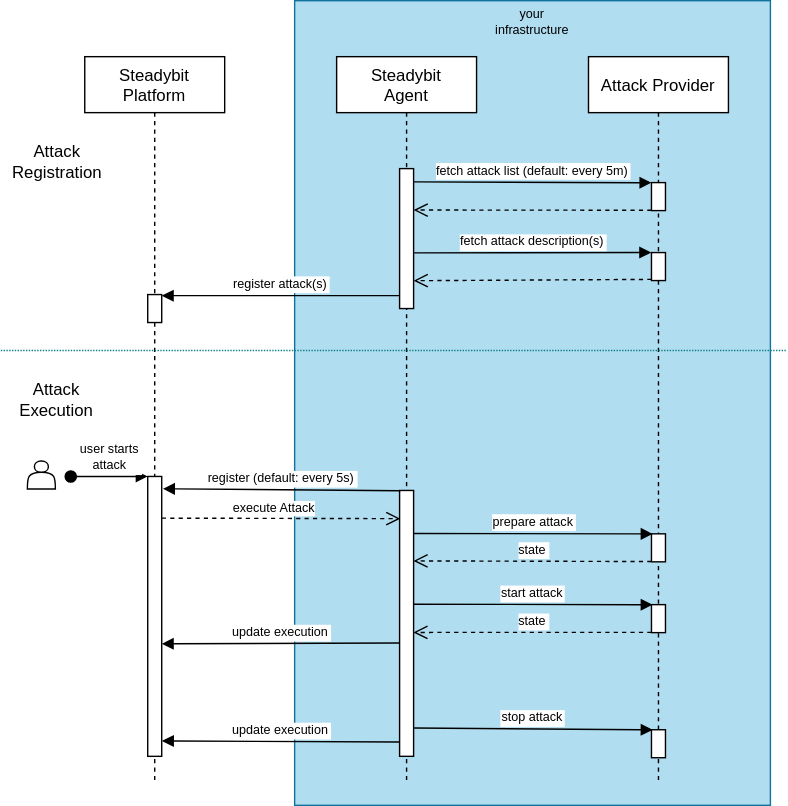
This is docs/attack-flow.svg from steadybit/action-kit, a draw.io export, as it was before one commit. Source tidied: cells renumbered, new cells last; positions are measured from the earlier drawing's top-left corner, leaving out a move shared by most shapes.
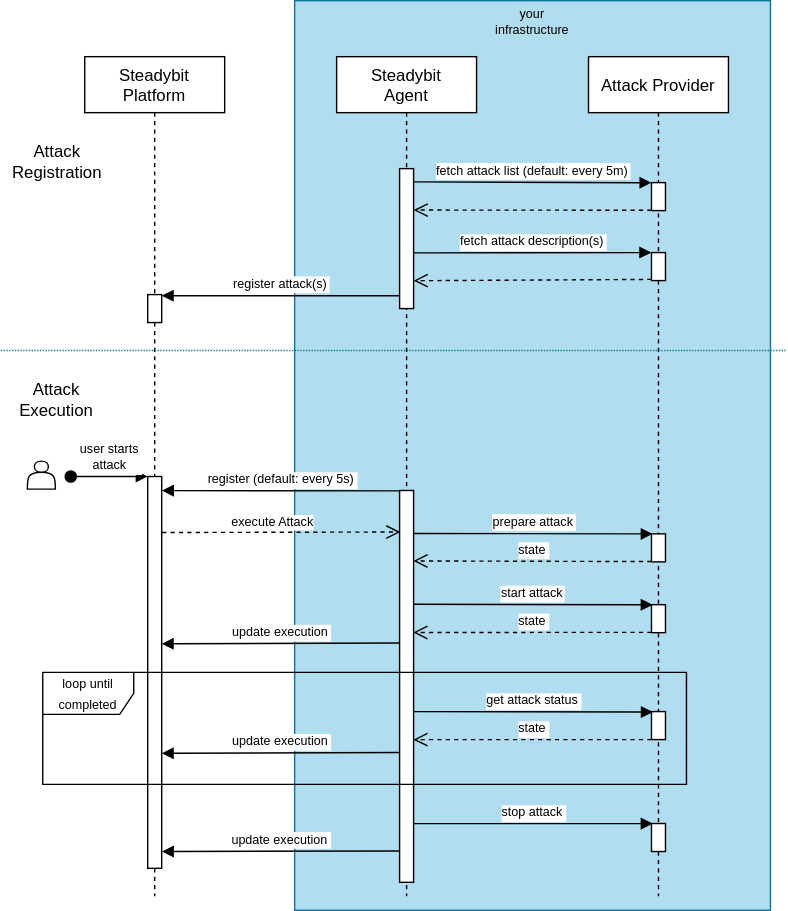
Above is the later version.

Commit message:
docs: update docs to reflect time control changes and new status endpoint

The edit, as a diff of the source:
```diff
@@ -3,13 +3,13 @@
     <mxCell id="0" />
     <mxCell id="1" parent="0" />
     <mxCell id="2" style="whiteSpace=wrap;html=1;labelBackgroundColor=#0000CC;fontSize=9;fillColor=#b1ddf0;strokeColor=#10739e;" parent="1" vertex="1">
-      <mxGeometry x="210" width="340" height="575" as="geometry" />
+      <mxGeometry x="210" width="340" height="650" as="geometry" />
     </mxCell>
     <mxCell id="3" value="Steadybit &#10;Platform" style="shape=umlLifeline;perimeter=lifelinePerimeter;rounded=0;shadow=0;strokeWidth=1;" parent="1" vertex="1">
-      <mxGeometry x="60" y="40" width="100" height="520" as="geometry" />
+      <mxGeometry x="60" y="40" width="100" height="600" as="geometry" />
     </mxCell>
     <mxCell id="4" style="points=[];perimeter=orthogonalPerimeter;rounded=0;shadow=0;strokeWidth=1;" parent="3" vertex="1">
-      <mxGeometry x="45" y="300" width="10" height="200" as="geometry" />
+      <mxGeometry x="45" y="300" width="10" height="280" as="geometry" />
     </mxCell>
     <mxCell id="5" value="user starts&#10;attack" style="verticalAlign=bottom;startArrow=oval;endArrow=block;startSize=8;shadow=0;strokeWidth=1;fontSize=9;" parent="3" edge="1" target="4">
       <mxGeometry relative="1" as="geometry">
@@ -20,19 +20,19 @@
       <mxGeometry x="45" y="170" width="10" height="20" as="geometry" />
     </mxCell>
     <mxCell id="7" value="Steadybit&#10;Agent" style="shape=umlLifeline;perimeter=lifelinePerimeter;rounded=0;shadow=0;strokeWidth=1;" parent="1" vertex="1">
-      <mxGeometry x="240" y="40" width="100" height="520" as="geometry" />
+      <mxGeometry x="240" y="40" width="100" height="600" as="geometry" />
     </mxCell>
     <mxCell id="8" style="points=[];perimeter=orthogonalPerimeter;rounded=0;shadow=0;strokeWidth=1;" parent="7" vertex="1">
       <mxGeometry x="45" y="80" width="10" height="100" as="geometry" />
     </mxCell>
     <mxCell id="9" style="points=[];perimeter=orthogonalPerimeter;rounded=0;shadow=0;strokeWidth=1;fillColor=default;" parent="7" vertex="1">
-      <mxGeometry x="45" y="310" width="10" height="190" as="geometry" />
+      <mxGeometry x="45" y="310" width="10" height="280" as="geometry" />
     </mxCell>
     <mxCell id="10" value="fetch attack list (default: every 5m)" style="verticalAlign=bottom;endArrow=block;shadow=0;strokeWidth=1;entryX=0;entryY=0.004;entryDx=0;entryDy=0;entryPerimeter=0;exitX=1;exitY=0.095;exitDx=0;exitDy=0;exitPerimeter=0;fontSize=9;" parent="1" edge="1" source="8" target="12">
       <mxGeometry relative="1" as="geometry" />
     </mxCell>
     <mxCell id="11" value="Attack Provider" style="shape=umlLifeline;perimeter=lifelinePerimeter;rounded=0;shadow=0;strokeWidth=1;" parent="1" vertex="1">
-      <mxGeometry x="420" y="40" width="100" height="520" as="geometry" />
+      <mxGeometry x="420" y="40" width="100" height="600" as="geometry" />
     </mxCell>
     <mxCell id="12" style="points=[];perimeter=orthogonalPerimeter;rounded=0;shadow=0;strokeWidth=1;" parent="11" vertex="1">
       <mxGeometry x="45" y="90" width="10" height="20" as="geometry" />
@@ -47,13 +47,8 @@
       <mxGeometry x="45" y="391.6" width="10" height="20" as="geometry" />
     </mxCell>
     <mxCell id="16" style="points=[];perimeter=orthogonalPerimeter;rounded=0;shadow=0;strokeWidth=1;" parent="11" vertex="1">
-      <mxGeometry x="45" y="481" width="10" height="20" as="geometry" />
+      <mxGeometry x="45" y="548" width="10" height="20" as="geometry" />
     </mxCell>
-    <mxCell id="17" value="stop attack" style="verticalAlign=bottom;endArrow=block;shadow=0;strokeWidth=1;fontSize=9;entryX=0.087;entryY=0.003;entryDx=0;entryDy=0;entryPerimeter=0;exitX=1;exitY=0.047;exitDx=0;exitDy=0;exitPerimeter=0;" parent="11" edge="1" target="16">
-      <mxGeometry relative="1" as="geometry">
-        <mxPoint x="-125" y="479.8" as="sourcePoint" />
-      </mxGeometry>
-    </mxCell>
     <mxCell id="18" style="verticalAlign=bottom;endArrow=open;dashed=1;endSize=8;shadow=0;strokeWidth=1;exitX=-0.001;exitY=0.987;exitDx=0;exitDy=0;exitPerimeter=0;entryX=1.005;entryY=0.296;entryDx=0;entryDy=0;entryPerimeter=0;" parent="1" edge="1" source="12" target="8">
       <mxGeometry relative="1" as="geometry" />
     </mxCell>
@@ -81,7 +76,7 @@
     <mxCell id="25" value="&lt;font style=&quot;font-size: 12px;&quot;&gt;Attack Execution&lt;/font&gt;" style="text;html=1;strokeColor=none;fillColor=none;align=center;verticalAlign=middle;whiteSpace=wrap;rounded=0;fontSize=10;" parent="1" vertex="1">
       <mxGeometry y="270" width="80" height="30" as="geometry" />
     </mxCell>
-    <mxCell id="26" value="register (default: every 5s)" style="verticalAlign=bottom;endArrow=block;shadow=0;strokeWidth=1;fontSize=9;entryX=1.088;entryY=0.044;entryDx=0;entryDy=0;entryPerimeter=0;exitX=0.055;exitY=0.001;exitDx=0;exitDy=0;exitPerimeter=0;" parent="1" edge="1" source="9" target="4">
+    <mxCell id="26" value="register (default: every 5s)" style="verticalAlign=bottom;endArrow=block;shadow=0;strokeWidth=1;fontSize=9;exitX=0.055;exitY=0.001;exitDx=0;exitDy=0;exitPerimeter=0;entryX=1.013;entryY=0.036;entryDx=0;entryDy=0;entryPerimeter=0;" parent="1" edge="1" source="9" target="4">
       <mxGeometry relative="1" as="geometry" />
     </mxCell>
     <mxCell id="27" value="prepare attack" style="verticalAlign=bottom;endArrow=block;shadow=0;strokeWidth=1;fontSize=9;entryX=0.087;entryY=0.003;entryDx=0;entryDy=0;entryPerimeter=0;exitX=0.964;exitY=0.054;exitDx=0;exitDy=0;exitPerimeter=0;" parent="1" edge="1" target="14">
@@ -94,10 +89,9 @@
         <mxPoint x="294.9" y="400.3" as="targetPoint" />
       </mxGeometry>
     </mxCell>
-    <mxCell id="29" value="update execution" style="verticalAlign=bottom;endArrow=block;shadow=0;strokeWidth=1;fontSize=9;entryX=1.013;entryY=0.85;entryDx=0;entryDy=0;entryPerimeter=0;exitX=0.004;exitY=0.893;exitDx=0;exitDy=0;exitPerimeter=0;" parent="1" edge="1">
+    <mxCell id="29" value="update execution" style="verticalAlign=bottom;endArrow=block;shadow=0;strokeWidth=1;fontSize=9;entryX=1.013;entryY=0.85;entryDx=0;entryDy=0;entryPerimeter=0;exitX=-0.047;exitY=0.92;exitDx=0;exitDy=0;exitPerimeter=0;" parent="1" edge="1" source="9">
       <mxGeometry relative="1" as="geometry">
-        <mxPoint x="285" y="529.7" as="sourcePoint" />
-        <mxPoint x="115.1" y="529" as="targetPoint" />
+        <mxPoint x="115.1" y="608" as="targetPoint" />
       </mxGeometry>
     </mxCell>
     <mxCell id="30" value="update execution" style="verticalAlign=bottom;endArrow=block;shadow=0;strokeWidth=1;fontSize=9;exitX=-0.003;exitY=0.5;exitDx=0;exitDy=0;exitPerimeter=0;entryX=1;entryY=0.503;entryDx=0;entryDy=0;entryPerimeter=0;" parent="1" edge="1">
@@ -116,7 +110,7 @@
         <mxPoint x="295" y="431.3" as="sourcePoint" />
       </mxGeometry>
     </mxCell>
-    <mxCell id="33" style="verticalAlign=bottom;endArrow=open;dashed=1;endSize=8;shadow=0;strokeWidth=1;entryX=0.053;entryY=0.106;entryDx=0;entryDy=0;entryPerimeter=0;exitX=1.009;exitY=0.149;exitDx=0;exitDy=0;exitPerimeter=0;" parent="1" edge="1" source="4" target="9">
+    <mxCell id="33" style="verticalAlign=bottom;endArrow=open;dashed=1;endSize=8;shadow=0;strokeWidth=1;entryX=0.053;entryY=0.106;entryDx=0;entryDy=0;entryPerimeter=0;exitX=1.033;exitY=0.143;exitDx=0;exitDy=0;exitPerimeter=0;" parent="1" edge="1" source="4" target="9">
       <mxGeometry relative="1" as="geometry" />
     </mxCell>
     <mxCell id="34" value="execute Attack" style="edgeLabel;html=1;align=center;verticalAlign=middle;fontSize=9;" parent="33" vertex="1">
@@ -127,5 +121,32 @@
     <mxCell id="35" value="your infrastructure" style="text;html=1;strokeColor=none;fillColor=none;align=center;verticalAlign=middle;whiteSpace=wrap;rounded=0;labelBackgroundColor=none;fontSize=9;" parent="1" vertex="1">
       <mxGeometry x="350" width="60" height="30" as="geometry" />
     </mxCell>
+    <mxCell id="17" value="stop attack" style="verticalAlign=bottom;endArrow=block;shadow=0;strokeWidth=1;fontSize=9;entryX=0.087;entryY=0.003;entryDx=0;entryDy=0;entryPerimeter=0;" parent="1" edge="1" source="9" target="16">
+      <mxGeometry relative="1" as="geometry" />
+    </mxCell>
+    <mxCell id="36" value="&lt;font style=&quot;font-size: 9px;&quot;&gt;loop until completed&lt;/font&gt;" style="shape=umlFrame;whiteSpace=wrap;html=1;width=65;height=30;" parent="1" vertex="1">
+      <mxGeometry x="30" y="480" width="460" height="80" as="geometry" />
+    </mxCell>
+    <mxCell id="37" style="perimeter=orthogonalPerimeter;rounded=0;shadow=0;strokeWidth=1;" parent="1" vertex="1">
+      <mxGeometry x="465" y="508" width="10" height="20" as="geometry" />
+    </mxCell>
+    <mxCell id="38" value="get attack status" style="verticalAlign=bottom;endArrow=block;shadow=0;strokeWidth=1;fontSize=9;entryX=0.087;entryY=0.003;entryDx=0;entryDy=0;entryPerimeter=0;exitX=0.996;exitY=0.335;exitDx=0;exitDy=0;exitPerimeter=0;" parent="1" edge="1">
+      <mxGeometry relative="1" as="geometry">
+        <mxPoint x="295.1" y="508" as="sourcePoint" />
+        <mxPoint x="466" y="508.4" as="targetPoint" />
+      </mxGeometry>
+    </mxCell>
+    <mxCell id="39" value="state" style="verticalAlign=bottom;endArrow=open;dashed=1;endSize=8;shadow=0;strokeWidth=1;exitX=0;exitY=0.99;exitDx=0;exitDy=0;exitPerimeter=0;entryX=0.984;entryY=0.447;entryDx=0;entryDy=0;entryPerimeter=0;fontSize=9;" parent="1" edge="1">
+      <mxGeometry relative="1" as="geometry">
+        <mxPoint x="465" y="528" as="sourcePoint" />
+        <mxPoint x="294.8" y="528.1" as="targetPoint" />
+      </mxGeometry>
+    </mxCell>
+    <mxCell id="40" value="update execution" style="verticalAlign=bottom;endArrow=block;shadow=0;strokeWidth=1;fontSize=9;exitX=-0.003;exitY=0.5;exitDx=0;exitDy=0;exitPerimeter=0;entryX=1;entryY=0.503;entryDx=0;entryDy=0;entryPerimeter=0;" parent="1" edge="1">
+      <mxGeometry relative="1" as="geometry">
+        <mxPoint x="285" y="537.2" as="sourcePoint" />
+        <mxPoint x="115" y="537.8" as="targetPoint" />
+      </mxGeometry>
+    </mxCell>
   </root>
 </mxGraphModel>
```
